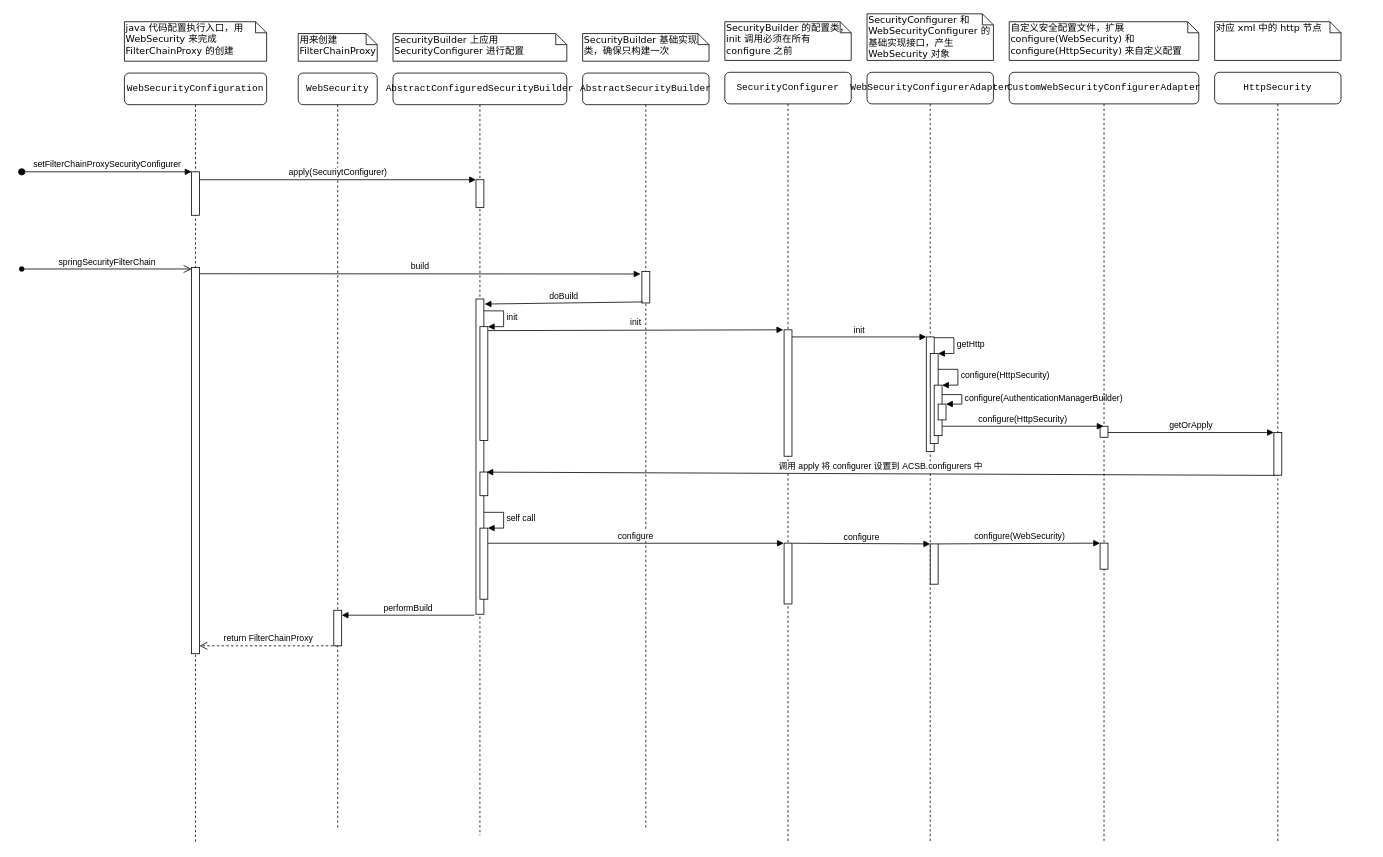
Earlier version of the draw.io diagram spring-security-config.drawio (kostark/drawio-repo). Source tidied: cells renumbered, new cells numbered last; positions are measured from the earlier drawing's top-left corner, leaving out a move shared by most shapes. Both pictures are drawn from the tidied source at 79%, with x=0, y=0 at pixel (21, 13).
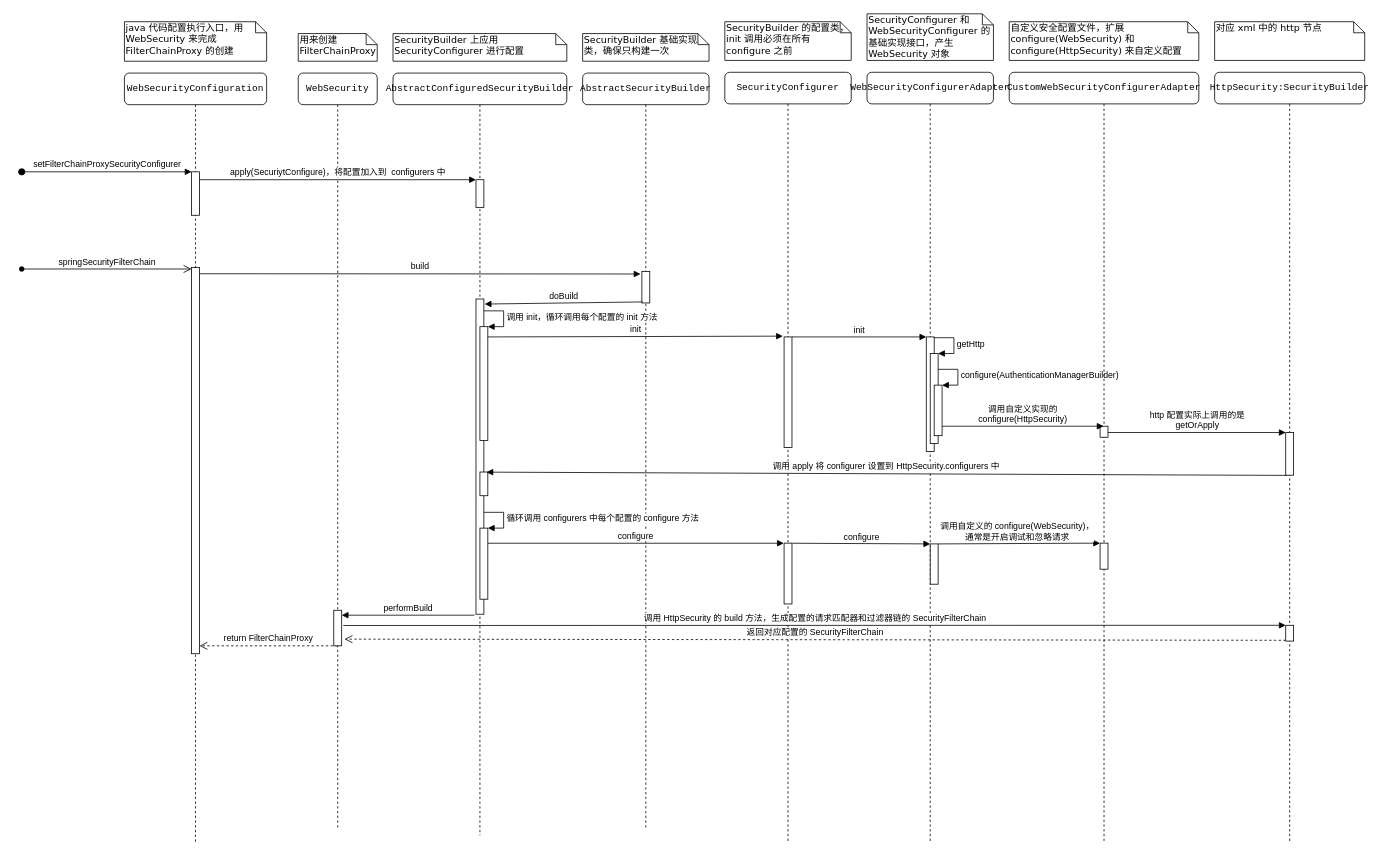
Above is the later version.

The change refers to these unchanged cells:
```xml
<mxCell id="4" style="html=1;points=[];perimeter=orthogonalPerimeter;" parent="2" vertex="1">
  <mxGeometry x="45" y="680" width="10" height="45" as="geometry" />
</mxCell>
<mxCell id="6" style="html=1;points=[];perimeter=orthogonalPerimeter;" parent="5" vertex="1">
  <mxGeometry x="105" y="135" width="10" height="35" as="geometry" />
</mxCell>
<mxCell id="8" style="html=1;points=[];perimeter=orthogonalPerimeter;" parent="7" vertex="1">
  <mxGeometry x="85" y="125" width="10" height="55" as="geometry" />
</mxCell>
<mxCell id="18" style="html=1;points=[];perimeter=orthogonalPerimeter;" parent="1" vertex="1">
  <mxGeometry x="580" y="396" width="10" height="144" as="geometry" />
</mxCell>
<mxCell id="21" style="html=1;points=[];perimeter=orthogonalPerimeter;" parent="1" vertex="1">
  <mxGeometry x="580" y="651" width="10" height="90" as="geometry" />
</mxCell>
<mxCell id="33" value="&lt;pre&gt;&lt;pre&gt;&lt;pre&gt;&lt;span&gt;WebSecurityConfigurerAdapter&lt;/span&gt;&lt;/pre&gt;&lt;/pre&gt;&lt;/pre&gt;" style="shape=umlLifeline;perimeter=lifelinePerimeter;whiteSpace=wrap;html=1;rounded=1;shadow=0;comic=0;labelBackgroundColor=none;strokeColor=#000000;strokeWidth=1;fillColor=#FFFFFF;fontFamily=Verdana;fontSize=12;fontColor=#000000;align=center;" parent="1" vertex="1">
  <mxGeometry x="1070" y="74" width="160" height="976" as="geometry" />
</mxCell>
<mxCell id="35" style="html=1;points=[];perimeter=orthogonalPerimeter;" parent="33" vertex="1">
  <mxGeometry x="80" y="597" width="10" height="51" as="geometry" />
</mxCell>
<mxCell id="38" style="html=1;points=[];perimeter=orthogonalPerimeter;labelBackgroundColor=#ffffff;" parent="33" vertex="1">
  <mxGeometry x="85" y="396" width="10" height="64" as="geometry" />
</mxCell>
<mxCell id="44" style="html=1;points=[];perimeter=orthogonalPerimeter;labelBackgroundColor=#ffffff;" parent="43" vertex="1">
  <mxGeometry x="115" y="448" width="10" height="14" as="geometry" />
</mxCell>
<mxCell id="45" style="html=1;points=[];perimeter=orthogonalPerimeter;labelBackgroundColor=#ffffff;" parent="43" vertex="1">
  <mxGeometry x="115" y="596" width="10" height="33" as="geometry" />
</mxCell>
<mxCell id="55" style="html=1;points=[];perimeter=orthogonalPerimeter;" parent="1" vertex="1">
  <mxGeometry x="580" y="580" width="10" height="30" as="geometry" />
</mxCell>
```

Change to the diagram source:
```diff
@@
-    <mxCell id="19" value="init" style="edgeStyle=orthogonalEdgeStyle;html=1;align=left;spacingLeft=2;endArrow=block;rounded=0;entryX=1;entryY=0;strokeColor=#000000;" parent="1" edge="1" target="18">
+    <mxCell id="19" value="调用 init，循环调用每个配置的 init 方法" style="edgeStyle=orthogonalEdgeStyle;html=1;align=left;spacingLeft=2;endArrow=block;rounded=0;entryX=1;entryY=0;strokeColor=#000000;" parent="1" edge="1" target="18">
       <mxGeometry relative="1" as="geometry">
         <mxPoint x="585" y="376" as="sourcePoint" />
         <Array as="points">
           <mxPoint x="610" y="376" />
         </Array>
       </mxGeometry>
     </mxCell>
     <mxCell id="20" value="init" style="html=1;verticalAlign=bottom;endArrow=block;strokeColor=#000000;exitX=1.022;exitY=0.122;exitDx=0;exitDy=0;exitPerimeter=0;" parent="1" edge="1">
       <mxGeometry relative="1" as="geometry">
-        <mxPoint x="590.3" y="401" as="sourcePoint" />
-        <mxPoint x="964" y="400" as="targetPoint" />
+        <mxPoint x="589.8" y="409" as="sourcePoint" />
+        <mxPoint x="963.5" y="408" as="targetPoint" />
       </mxGeometry>
     </mxCell>
@@
-    <mxCell id="22" value="self call" style="edgeStyle=orthogonalEdgeStyle;html=1;align=left;spacingLeft=2;endArrow=block;rounded=0;entryX=1;entryY=0;strokeColor=#000000;" parent="1" edge="1" target="21">
+    <mxCell id="22" value="循环调用 configurers 中每个配置的 configure 方法" style="edgeStyle=orthogonalEdgeStyle;html=1;align=left;spacingLeft=2;endArrow=block;rounded=0;entryX=1;entryY=0;strokeColor=#000000;" parent="1" edge="1" target="21">
       <mxGeometry relative="1" as="geometry">
         <mxPoint x="585" y="631" as="sourcePoint" />
         <Array as="points">
           <mxPoint x="610" y="631" />
         </Array>
       </mxGeometry>
     </mxCell>
@@
     <mxCell id="29" style="html=1;points=[];perimeter=orthogonalPerimeter;rounded=0;shadow=0;comic=0;labelBackgroundColor=none;strokeColor=#000000;strokeWidth=1;fillColor=#FFFFFF;fontFamily=Verdana;fontSize=12;fontColor=#000000;align=center;" parent="1" vertex="1">
-      <mxGeometry x="965" y="400" width="10" height="160" as="geometry" />
+      <mxGeometry x="965" y="409" width="10" height="140" as="geometry" />
     </mxCell>
@@
-    <mxCell id="32" value="apply(SecuriytConfigurer)" style="html=1;verticalAlign=bottom;endArrow=block;entryX=0;entryY=0;strokeColor=#000000;" parent="1" edge="1" source="8" target="6">
+    <mxCell id="32" value="apply(SecuriytConfigure)，将配置加入到&amp;nbsp; &lt;span&gt;configurers 中&lt;/span&gt;" style="html=1;verticalAlign=bottom;endArrow=block;entryX=0;entryY=0;strokeColor=#000000;" parent="1" edge="1" source="8" target="6">
       <mxGeometry relative="1" as="geometry" />
     </mxCell>
@@
-    <mxCell id="39" value="configure(HttpSecurity)" style="edgeStyle=orthogonalEdgeStyle;html=1;align=left;spacingLeft=2;endArrow=block;rounded=0;entryX=1;entryY=0;strokeColor=#000000;" parent="33" edge="1" target="38">
+    <mxCell id="39" value="configure(AuthenticationManagerBuilder)" style="edgeStyle=orthogonalEdgeStyle;html=1;align=left;spacingLeft=2;endArrow=block;rounded=0;entryX=1;entryY=0;strokeColor=#000000;" parent="33" edge="1" target="38">
       <mxGeometry relative="1" as="geometry">
         <mxPoint x="90" y="376" as="sourcePoint" />
         <Array as="points">
           <mxPoint x="115" y="376" />
         </Array>
       </mxGeometry>
     </mxCell>
-    <mxCell id="40" style="html=1;points=[];perimeter=orthogonalPerimeter;" parent="33" vertex="1">
-      <mxGeometry x="90" y="420" width="10" height="20" as="geometry" />
-    </mxCell>
-    <mxCell id="41" value="configure(AuthenticationManagerBuilder)" style="edgeStyle=orthogonalEdgeStyle;html=1;align=left;spacingLeft=2;endArrow=block;rounded=0;entryX=1;entryY=0;" parent="33" edge="1" target="40">
-      <mxGeometry relative="1" as="geometry">
-        <mxPoint x="95" y="408" as="sourcePoint" />
-        <Array as="points">
-          <mxPoint x="120" y="408" />
-        </Array>
-      </mxGeometry>
-    </mxCell>
@@
-    <mxCell id="49" value="configure(HttpSecurity)" style="html=1;verticalAlign=bottom;endArrow=block;strokeColor=#000000;" parent="1" edge="1">
+    <mxCell id="49" value="调用自定义实现的 &lt;br&gt;configure(HttpSecurity)" style="html=1;verticalAlign=bottom;endArrow=block;strokeColor=#000000;" parent="1" edge="1">
       <mxGeometry relative="1" as="geometry">
         <mxPoint x="1165" y="522" as="sourcePoint" />
         <mxPoint x="1369.5" y="522" as="targetPoint" />
       </mxGeometry>
     </mxCell>
-    <mxCell id="50" value="configure(WebSecurity)" style="html=1;verticalAlign=bottom;endArrow=block;entryX=0;entryY=0;strokeColor=#000000;" parent="1" edge="1" source="35" target="45">
-      <mxGeometry relative="1" as="geometry" />
+    <mxCell id="50" value="调用自定义的 configure(WebSecurity)，&lt;br&gt;通常是开启调试和忽略请求" style="html=1;verticalAlign=bottom;endArrow=block;entryX=0;entryY=0;strokeColor=#000000;" parent="1" edge="1" source="35" target="45">
+      <mxGeometry x="-0.02" relative="1" as="geometry" />
     </mxCell>
-    <mxCell id="51" value="&lt;pre&gt;&lt;pre&gt;&lt;span&gt;HttpSecurity&lt;/span&gt;&lt;/pre&gt;&lt;/pre&gt;" style="shape=umlLifeline;perimeter=lifelinePerimeter;whiteSpace=wrap;html=1;rounded=1;shadow=0;comic=0;labelBackgroundColor=none;strokeColor=#000000;strokeWidth=1;fillColor=#FFFFFF;fontFamily=Verdana;fontSize=12;fontColor=#000000;align=center;" parent="1" vertex="1">
-      <mxGeometry x="1510" y="74" width="160" height="976" as="geometry" />
+    <mxCell id="51" value="&lt;pre&gt;&lt;pre&gt;&lt;span&gt;HttpSecurity:&lt;/span&gt;SecurityBuilder&lt;/pre&gt;&lt;/pre&gt;" style="shape=umlLifeline;perimeter=lifelinePerimeter;whiteSpace=wrap;html=1;rounded=1;shadow=0;comic=0;labelBackgroundColor=none;strokeColor=#000000;strokeWidth=1;fillColor=#FFFFFF;fontFamily=Verdana;fontSize=12;fontColor=#000000;align=center;" parent="1" vertex="1">
+      <mxGeometry x="1510" y="74" width="190" height="976" as="geometry" />
     </mxCell>
     <mxCell id="52" style="html=1;points=[];perimeter=orthogonalPerimeter;" parent="51" vertex="1">
-      <mxGeometry x="75" y="456" width="10" height="54" as="geometry" />
+      <mxGeometry x="90" y="456" width="10" height="54" as="geometry" />
     </mxCell>
+    <mxCell id="57" style="html=1;points=[];perimeter=orthogonalPerimeter;" parent="51" vertex="1">
+      <mxGeometry x="90" y="700" width="10" height="20" as="geometry" />
+    </mxCell>
     <mxCell id="53" value="对应 xml 中的 http 节点" style="shape=note;whiteSpace=wrap;html=1;size=14;verticalAlign=top;align=left;spacingTop=-6;rounded=0;shadow=0;comic=0;labelBackgroundColor=none;strokeColor=#000000;strokeWidth=1;fillColor=#FFFFFF;fontFamily=Verdana;fontSize=12;fontColor=#000000;" parent="1" vertex="1">
-      <mxGeometry x="1510" y="10" width="160" height="49" as="geometry" />
+      <mxGeometry x="1510" y="10" width="190" height="49" as="geometry" />
     </mxCell>
-    <mxCell id="54" value="getOrApply" style="html=1;verticalAlign=bottom;endArrow=block;entryX=0;entryY=0;" parent="1" edge="1" source="44" target="52">
+    <mxCell id="54" value="http 配置实际上调用的是&lt;br&gt;getOrApply" style="html=1;verticalAlign=bottom;endArrow=block;entryX=0;entryY=0;" parent="1" edge="1" source="44" target="52">
       <mxGeometry relative="1" as="geometry" />
     </mxCell>
@@
-    <mxCell id="56" value="调用 apply 将 configurer 设置到 ACSB.configurers 中" style="html=1;verticalAlign=bottom;endArrow=block;exitX=0.143;exitY=1.005;exitDx=0;exitDy=0;exitPerimeter=0;entryX=0.826;entryY=0.005;entryDx=0;entryDy=0;entryPerimeter=0;" parent="1" edge="1" source="52" target="55">
+    <mxCell id="56" value="调用 apply 将 configurer 设置到 HttpSecurity.configurers 中" style="html=1;verticalAlign=bottom;endArrow=block;exitX=0.143;exitY=1.005;exitDx=0;exitDy=0;exitPerimeter=0;entryX=0.826;entryY=0.005;entryDx=0;entryDy=0;entryPerimeter=0;" parent="1" edge="1" source="52" target="55">
       <mxGeometry relative="1" as="geometry" />
     </mxCell>
+    <mxCell id="58" value="调用 HttpSecurity 的 build 方法，生成配置的请求匹配器和过滤器链的 SecurityFilterChain" style="html=1;verticalAlign=bottom;endArrow=block;entryX=0;entryY=0;exitX=1.2;exitY=0.428;exitDx=0;exitDy=0;exitPerimeter=0;" parent="1" edge="1" source="4" target="57">
+      <mxGeometry relative="1" as="geometry" />
+    </mxCell>
+    <mxCell id="59" value="返回对应配置的 SecurityFilterChain" style="html=1;verticalAlign=bottom;endArrow=open;dashed=1;endSize=8;exitX=0;exitY=0.95;entryX=1.357;entryY=0.812;entryDx=0;entryDy=0;entryPerimeter=0;" parent="1" edge="1" source="57" target="4">
+      <mxGeometry relative="1" as="geometry" />
+    </mxCell>
```
